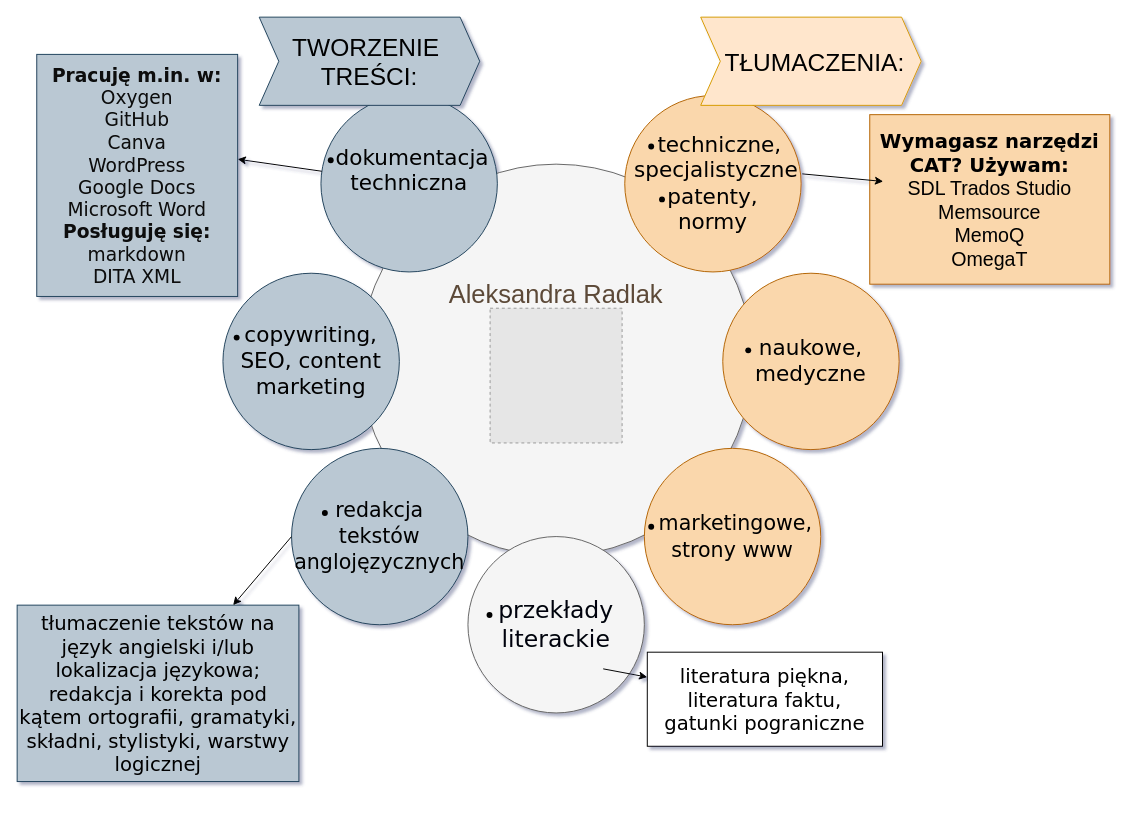
Before: Diagram bez tytułu.drawio in AleksandraRadlak/my_wiki, a draw.io diagram. Source tidied: cells renumbered, new cells numbered last; positions are measured from the earlier drawing's top-left corner, leaving out a move shared by most shapes. Both pictures are drawn from the tidied source at 98%, with x=0, y=0 at pixel (17, 17). Pictures stored in the file or linked from it are replaced by grey dashed boxes.
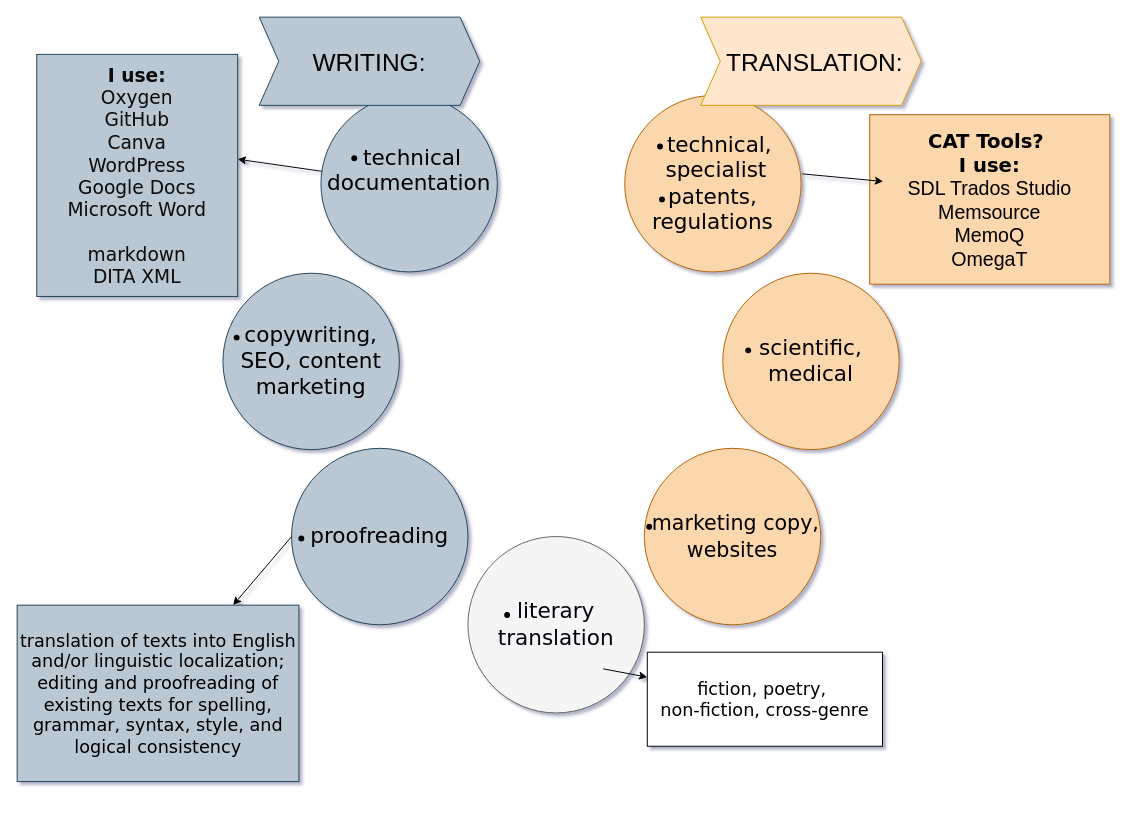
The same page after the edit.

Change to the diagram source:
```diff
@@
-    <mxCell id="2" value="&lt;div&gt;&lt;br&gt;&lt;/div&gt;&lt;div&gt;&lt;br&gt;&lt;/div&gt;&lt;div style=&quot;font-size: 26px;&quot;&gt;&lt;font style=&quot;font-size: 26px;&quot; face=&quot;Helvetica&quot; color=&quot;#5c4937&quot;&gt;Aleksandra Radlak&lt;br&gt;&lt;/font&gt;&lt;/div&gt;&lt;div style=&quot;font-size: 26px;&quot;&gt;&lt;font style=&quot;font-size: 26px;&quot; face=&quot;adrcxpIAWqPZKelnIhmX&quot; color=&quot;#5c4937&quot;&gt;&lt;br&gt;&lt;/font&gt;&lt;/div&gt;&lt;div style=&quot;font-size: 26px;&quot;&gt;&lt;font style=&quot;font-size: 26px;&quot; face=&quot;adrcxpIAWqPZKelnIhmX&quot; color=&quot;#5c4937&quot;&gt;&lt;br&gt;&lt;/font&gt;&lt;/div&gt;&lt;div style=&quot;font-size: 26px;&quot;&gt;&lt;font style=&quot;font-size: 26px;&quot; face=&quot;adrcxpIAWqPZKelnIhmX&quot; color=&quot;#5c4937&quot;&gt;&lt;br&gt;&lt;/font&gt;&lt;/div&gt;&lt;div style=&quot;font-size: 26px;&quot;&gt;&lt;font style=&quot;font-size: 26px;&quot; face=&quot;adrcxpIAWqPZKelnIhmX&quot; color=&quot;#5c4937&quot;&gt;&lt;br&gt;&lt;/font&gt;&lt;/div&gt;&lt;div style=&quot;font-size: 26px;&quot;&gt;&lt;font style=&quot;font-size: 26px;&quot; face=&quot;adrcxpIAWqPZKelnIhmX&quot; color=&quot;#5c4937&quot;&gt;&lt;br&gt;&lt;/font&gt;&lt;/div&gt;&lt;div style=&quot;font-size: 26px;&quot;&gt;&lt;font style=&quot;font-size: 26px;&quot; face=&quot;adrcxpIAWqPZKelnIhmX&quot; color=&quot;#5c4937&quot;&gt;&lt;br&gt;&lt;/font&gt;&lt;/div&gt;" style="ellipse;whiteSpace=wrap;html=1;rounded=0;shadow=0;dashed=0;comic=0;fontFamily=Verdana;fontSize=22;fontColor=#0069D1;fillColor=#f5f5f5;strokeColor=#666666;" parent="1" vertex="1">
-      <mxGeometry x="350" y="150" width="400" height="400" as="geometry" />
-    </mxCell>
-    <mxCell id="3" value="&lt;div style=&quot;font-size: 24px;&quot;&gt;&lt;font style=&quot;font-size: 24px;&quot; color=&quot;#00060d&quot;&gt;przekłady literackie&lt;/font&gt;&lt;/div&gt;" style="ellipse;whiteSpace=wrap;html=1;rounded=0;shadow=0;dashed=0;comic=0;fontFamily=Verdana;fontSize=22;fontColor=#0069D1;fillColor=#f5f5f5;strokeColor=#666666;" parent="1" vertex="1">
+    <mxCell id="3" value="&lt;font color=&quot;#00060d&quot;&gt;literary translation&lt;br&gt;&lt;/font&gt;" style="ellipse;whiteSpace=wrap;html=1;rounded=0;shadow=0;dashed=0;comic=0;fontFamily=Verdana;fontSize=22;fontColor=#0069D1;fillColor=#f5f5f5;strokeColor=#666666;" parent="1" vertex="1">
       <mxGeometry x="460" y="530" width="180" height="180" as="geometry" />
     </mxCell>
-    <mxCell id="4" value="&lt;div&gt;naukowe,&lt;/div&gt;&lt;div&gt;medyczne&lt;br&gt;&lt;/div&gt;" style="ellipse;whiteSpace=wrap;html=1;rounded=0;shadow=0;dashed=0;comic=0;fontFamily=Verdana;fontSize=22;fillColor=#fad7ac;strokeColor=#b46504;" parent="1" vertex="1">
+    <mxCell id="4" value="scientific, medical" style="ellipse;whiteSpace=wrap;html=1;rounded=0;shadow=0;dashed=0;comic=0;fontFamily=Verdana;fontSize=22;fillColor=#fad7ac;strokeColor=#b46504;" parent="1" vertex="1">
       <mxGeometry x="720" y="261.3" width="180" height="180" as="geometry" />
     </mxCell>
@@
-    <mxCell id="6" value="&lt;div style=&quot;&quot;&gt;&lt;font style=&quot;font-size: 22px;&quot;&gt;&amp;nbsp;dokumentacja techniczna&lt;/font&gt;&lt;/div&gt;&lt;div style=&quot;&quot;&gt;&lt;font style=&quot;font-size: 22px;&quot;&gt;&lt;br&gt;&lt;/font&gt;&lt;/div&gt;" style="ellipse;whiteSpace=wrap;html=1;rounded=0;shadow=0;dashed=0;comic=0;fontFamily=Verdana;fontSize=22;fillColor=#bac8d3;strokeColor=#23445d;" parent="1" vertex="1">
+    <mxCell id="6" value="&lt;div style=&quot;&quot;&gt;&lt;font style=&quot;font-size: 22px;&quot;&gt;&amp;nbsp;technical documentation&lt;br&gt;&lt;/font&gt;&lt;/div&gt;&lt;div style=&quot;&quot;&gt;&lt;font style=&quot;font-size: 22px;&quot;&gt;&lt;br&gt;&lt;/font&gt;&lt;/div&gt;" style="ellipse;whiteSpace=wrap;html=1;rounded=0;shadow=0;dashed=0;comic=0;fontFamily=Verdana;fontSize=22;fillColor=#bac8d3;strokeColor=#23445d;" parent="1" vertex="1">
       <mxGeometry x="310" y="80" width="180" height="180" as="geometry" />
     </mxCell>
-    <mxCell id="7" value="&lt;div style=&quot;&quot;&gt;&lt;font style=&quot;font-size: 22px;&quot; face=&quot;Verdana&quot;&gt;&amp;nbsp;&lt;/font&gt;&lt;font style=&quot;font-size: 22px;&quot; face=&quot;3_kRnwSZ05rTefSs1a9Z&quot;&gt;&lt;br&gt;&lt;/font&gt;&lt;/div&gt;&lt;div style=&quot;&quot;&gt;&lt;font style=&quot;font-size: 22px;&quot; face=&quot;3_kRnwSZ05rTefSs1a9Z&quot;&gt;&amp;nbsp; techniczne,&lt;/font&gt;&lt;/div&gt;&lt;div style=&quot;&quot;&gt;&lt;font style=&quot;font-size: 22px;&quot; face=&quot;3_kRnwSZ05rTefSs1a9Z&quot;&gt;&amp;nbsp;specjalistyczne&lt;/font&gt;&lt;/div&gt;&lt;div style=&quot;&quot;&gt;&lt;font style=&quot;font-size: 22px;&quot; face=&quot;3_kRnwSZ05rTefSs1a9Z&quot;&gt;patenty,&lt;/font&gt;&lt;/div&gt;&lt;div style=&quot;&quot;&gt;&lt;font style=&quot;font-size: 22px;&quot; face=&quot;3_kRnwSZ05rTefSs1a9Z&quot;&gt;normy&lt;br&gt;&lt;/font&gt;&lt;/div&gt;&lt;div style=&quot;&quot;&gt;&lt;font style=&quot;font-size: 22px;&quot; face=&quot;3_kRnwSZ05rTefSs1a9Z&quot;&gt;&lt;br&gt;&lt;/font&gt;&lt;/div&gt;" style="ellipse;whiteSpace=wrap;html=1;rounded=0;shadow=0;dashed=0;comic=0;fontFamily=Verdana;fontSize=22;fillColor=#fad7ac;strokeColor=#b46504;" parent="1" vertex="1">
+    <mxCell id="7" value="&lt;div style=&quot;&quot;&gt;&lt;font style=&quot;font-size: 22px;&quot; face=&quot;Verdana&quot;&gt;&amp;nbsp;&lt;/font&gt;&lt;font style=&quot;font-size: 22px;&quot; face=&quot;3_kRnwSZ05rTefSs1a9Z&quot;&gt;&lt;br&gt;&lt;/font&gt;&lt;/div&gt;&lt;div style=&quot;&quot;&gt;&lt;font style=&quot;font-size: 22px;&quot; face=&quot;3_kRnwSZ05rTefSs1a9Z&quot;&gt;&amp;nbsp; technical,&lt;/font&gt;&lt;/div&gt;&lt;div style=&quot;&quot;&gt;&lt;font style=&quot;font-size: 22px;&quot; face=&quot;3_kRnwSZ05rTefSs1a9Z&quot;&gt;&amp;nbsp;specialist&lt;/font&gt;&lt;/div&gt;&lt;div style=&quot;&quot;&gt;&lt;font style=&quot;font-size: 22px;&quot; face=&quot;3_kRnwSZ05rTefSs1a9Z&quot;&gt;patents,&lt;/font&gt;&lt;/div&gt;&lt;div style=&quot;&quot;&gt;&lt;font style=&quot;font-size: 22px;&quot; face=&quot;3_kRnwSZ05rTefSs1a9Z&quot;&gt;regulations&lt;br&gt;&lt;/font&gt;&lt;/div&gt;&lt;div style=&quot;&quot;&gt;&lt;font style=&quot;font-size: 22px;&quot; face=&quot;3_kRnwSZ05rTefSs1a9Z&quot;&gt;&lt;br&gt;&lt;/font&gt;&lt;/div&gt;" style="ellipse;whiteSpace=wrap;html=1;rounded=0;shadow=0;dashed=0;comic=0;fontFamily=Verdana;fontSize=22;fillColor=#fad7ac;strokeColor=#b46504;" parent="1" vertex="1">
       <mxGeometry x="620" y="80" width="180" height="180" as="geometry" />
     </mxCell>
-    <mxCell id="8" value="&lt;div&gt;&lt;font style=&quot;font-size: 21px;&quot;&gt;&amp;nbsp;marketingowe,&lt;/font&gt;&lt;/div&gt;&lt;div&gt;&lt;font style=&quot;font-size: 21px;&quot;&gt;strony www&lt;br&gt;&lt;/font&gt;&lt;/div&gt;" style="ellipse;whiteSpace=wrap;html=1;rounded=0;shadow=0;dashed=0;comic=0;fontFamily=Verdana;fontSize=22;fillColor=#fad7ac;strokeColor=#b46504;" parent="1" vertex="1">
+    <mxCell id="8" value="&lt;div&gt;&lt;font style=&quot;font-size: 21px;&quot;&gt;&amp;nbsp;marketing copy,&lt;/font&gt;&lt;/div&gt;&lt;div&gt;&lt;font style=&quot;font-size: 21px;&quot;&gt;websites&lt;br&gt;&lt;/font&gt;&lt;/div&gt;" style="ellipse;whiteSpace=wrap;html=1;rounded=0;shadow=0;dashed=0;comic=0;fontFamily=Verdana;fontSize=22;fillColor=#fad7ac;strokeColor=#b46504;" parent="1" vertex="1">
       <mxGeometry x="640" y="440" width="180" height="180" as="geometry" />
     </mxCell>
-    <mxCell id="9" value="&lt;font style=&quot;font-size: 21px;&quot;&gt;&lt;font style=&quot;font-size: 21px;&quot;&gt;redakcja tekstów anglojęzycznych&lt;/font&gt;&lt;br&gt;&lt;/font&gt;" style="ellipse;whiteSpace=wrap;html=1;rounded=0;shadow=0;dashed=0;comic=0;fontFamily=Verdana;fontSize=22;fillColor=#bac8d3;strokeColor=#23445d;" parent="1" vertex="1">
+    <mxCell id="9" value="proofreading" style="ellipse;whiteSpace=wrap;html=1;rounded=0;shadow=0;dashed=0;comic=0;fontFamily=Verdana;fontSize=22;fillColor=#bac8d3;strokeColor=#23445d;" parent="1" vertex="1">
       <mxGeometry x="280" y="440" width="180" height="180" as="geometry" />
     </mxCell>
-    <mxCell id="10" value="&lt;font face=&quot;Verdana&quot; style=&quot;font-size: 20px;&quot;&gt;&lt;b&gt;Wymagasz narzędzi CAT? Używam:&lt;br&gt;&lt;/b&gt;&lt;/font&gt;&lt;div style=&quot;font-size: 20px;&quot;&gt;&lt;font face=&quot;91rZdBT9kLizhOjYf7mg&quot; style=&quot;font-size: 20px;&quot;&gt;SDL Trados Studio&lt;/font&gt;&lt;/div&gt;&lt;div style=&quot;font-size: 20px;&quot;&gt;&lt;font face=&quot;91rZdBT9kLizhOjYf7mg&quot; style=&quot;font-size: 20px;&quot;&gt;Memsource&lt;/font&gt;&lt;/div&gt;&lt;div style=&quot;font-size: 20px;&quot;&gt;&lt;font face=&quot;91rZdBT9kLizhOjYf7mg&quot; style=&quot;font-size: 20px;&quot;&gt;MemoQ&lt;/font&gt;&lt;/div&gt;&lt;div style=&quot;font-size: 20px;&quot;&gt;&lt;font face=&quot;91rZdBT9kLizhOjYf7mg&quot; style=&quot;font-size: 20px;&quot;&gt;OmegaT&lt;br&gt;&lt;/font&gt;&lt;/div&gt;" style="rounded=0;whiteSpace=wrap;html=1;fillColor=#fad7ac;strokeColor=#b46504;fontColor=default;" parent="1" vertex="1">
+    <mxCell id="10" value="&lt;div&gt;&lt;font face=&quot;Verdana&quot; style=&quot;font-size: 20px;&quot;&gt;&lt;b&gt;CAT Tools?&amp;nbsp;&lt;/b&gt;&lt;/font&gt;&lt;/div&gt;&lt;div&gt;&lt;font face=&quot;Verdana&quot; style=&quot;font-size: 20px;&quot;&gt;&lt;b&gt;I use:&lt;/b&gt;&lt;/font&gt;&lt;/div&gt;&lt;div style=&quot;font-size: 20px;&quot;&gt;&lt;font face=&quot;91rZdBT9kLizhOjYf7mg&quot; style=&quot;font-size: 20px;&quot;&gt;SDL Trados Studio&lt;/font&gt;&lt;/div&gt;&lt;div style=&quot;font-size: 20px;&quot;&gt;&lt;font face=&quot;91rZdBT9kLizhOjYf7mg&quot; style=&quot;font-size: 20px;&quot;&gt;Memsource&lt;/font&gt;&lt;/div&gt;&lt;div style=&quot;font-size: 20px;&quot;&gt;&lt;font face=&quot;91rZdBT9kLizhOjYf7mg&quot; style=&quot;font-size: 20px;&quot;&gt;MemoQ&lt;/font&gt;&lt;/div&gt;&lt;div style=&quot;font-size: 20px;&quot;&gt;&lt;font face=&quot;91rZdBT9kLizhOjYf7mg&quot; style=&quot;font-size: 20px;&quot;&gt;OmegaT&lt;br&gt;&lt;/font&gt;&lt;/div&gt;" style="rounded=0;whiteSpace=wrap;html=1;fillColor=#fad7ac;strokeColor=#b46504;fontColor=default;" parent="1" vertex="1">
       <mxGeometry x="870" y="99.5" width="245" height="173" as="geometry" />
     </mxCell>
@@
-    <mxCell id="12" value="&lt;font style=&quot;font-size: 19px;&quot; face=&quot;Verdana&quot;&gt;&lt;b&gt;Pracuję m.in. w:&lt;br&gt;&lt;/b&gt;Oxygen&lt;br&gt;GitHub&lt;br&gt;Canva&lt;br&gt;WordPress&lt;br&gt;Google Docs&lt;br&gt;Microsoft Word&lt;br&gt;&lt;b&gt;Posługuję się:&lt;/b&gt;&lt;br&gt;markdown&lt;br&gt;DITA XML&lt;br&gt;&lt;/font&gt;" style="rounded=0;whiteSpace=wrap;html=1;fillColor=#bac8d3;strokeColor=#23445d;fontColor=#0A0A0A;" parent="1" vertex="1">
+    <mxCell id="12" value="&lt;font style=&quot;font-size: 19px;&quot; face=&quot;Verdana&quot;&gt;&lt;b&gt;I use:&lt;br&gt;&lt;/b&gt;Oxygen&lt;br&gt;GitHub&lt;br&gt;Canva&lt;br&gt;WordPress&lt;br&gt;Google Docs&lt;br&gt;Microsoft Word&lt;br&gt;&lt;br&gt;markdown&lt;br&gt;DITA XML&lt;br&gt;&lt;/font&gt;" style="rounded=0;whiteSpace=wrap;html=1;fillColor=#bac8d3;strokeColor=#23445d;fontColor=#0A0A0A;" parent="1" vertex="1">
       <mxGeometry x="20" y="38" width="205" height="247" as="geometry" />
     </mxCell>
-    <mxCell id="13" style="fillColor=#E6E6E6;strokeColor=#999999;dashed=1;verticalLabelPosition=bottom;labelBackgroundColor=default;verticalAlign=top;" parent="1" vertex="1">
-      <mxGeometry x="482.6" y="297" width="134.7" height="137.5" as="geometry" />
-    </mxCell>
-    <mxCell id="14" value="&lt;div style=&quot;font-size: 25px;&quot;&gt;&lt;font style=&quot;font-size: 25px;&quot;&gt;TWORZENIE&amp;nbsp;&lt;/font&gt;&lt;/div&gt;&lt;div style=&quot;font-size: 25px;&quot;&gt;&lt;font style=&quot;font-size: 25px;&quot;&gt;TREŚCI:&lt;/font&gt;&lt;/div&gt;" style="shape=step;perimeter=stepPerimeter;whiteSpace=wrap;html=1;fixedSize=1;fillColor=#bac8d3;strokeColor=#23445d;" parent="1" vertex="1">
+    <mxCell id="14" value="&lt;div style=&quot;font-size: 25px;&quot;&gt;&lt;font style=&quot;font-size: 25px;&quot;&gt;WRITING:&lt;/font&gt;&lt;/div&gt;" style="shape=step;perimeter=stepPerimeter;whiteSpace=wrap;html=1;fixedSize=1;fillColor=#bac8d3;strokeColor=#23445d;" parent="1" vertex="1">
       <mxGeometry x="247" width="225" height="90" as="geometry" />
     </mxCell>
-    <mxCell id="15" value="&lt;font style=&quot;font-size: 25px;&quot;&gt;&amp;nbsp;TŁUMACZENIA:&lt;/font&gt;" style="shape=step;perimeter=stepPerimeter;whiteSpace=wrap;html=1;fixedSize=1;fillColor=#ffe6cc;strokeColor=#d79b00;" parent="1" vertex="1">
+    <mxCell id="15" value="&lt;font style=&quot;font-size: 25px;&quot;&gt;&amp;nbsp;TRANSLATION:&lt;/font&gt;" style="shape=step;perimeter=stepPerimeter;whiteSpace=wrap;html=1;fixedSize=1;fillColor=#ffe6cc;strokeColor=#d79b00;" parent="1" vertex="1">
       <mxGeometry x="697.5" width="225" height="90" as="geometry" />
     </mxCell>
     <mxCell id="16" style="shape=waypoint;sketch=0;fillStyle=solid;size=6;fillColor=none;perimeter=centerPerimeter;" parent="1" vertex="1">
-      <mxGeometry x="310" y="136" width="20" height="20" as="geometry" />
+      <mxGeometry x="334" y="134" width="20" height="20" as="geometry" />
     </mxCell>
@@
     <mxCell id="18" style="shape=waypoint;sketch=0;fillStyle=solid;size=6;fillColor=none;perimeter=centerPerimeter;" parent="1" vertex="1">
-      <mxGeometry x="304" y="496" width="20" height="20" as="geometry" />
+      <mxGeometry x="280" y="522" width="20" height="20" as="geometry" />
     </mxCell>
@@
     <mxCell id="20" style="shape=waypoint;sketch=0;fillStyle=solid;size=6;fillColor=none;perimeter=centerPerimeter;" parent="1" vertex="1">
-      <mxGeometry x="472" y="600" width="20" height="20" as="geometry" />
+      <mxGeometry x="490" y="600" width="20" height="20" as="geometry" />
     </mxCell>
     <mxCell id="21" style="shape=waypoint;sketch=0;fillStyle=solid;size=6;fillColor=none;perimeter=centerPerimeter;" parent="1" vertex="1">
-      <mxGeometry x="637" y="122" width="20" height="20" as="geometry" />
+      <mxGeometry x="646" y="122" width="20" height="20" as="geometry" />
     </mxCell>
@@
     <mxCell id="24" style="shape=waypoint;sketch=0;fillStyle=solid;size=6;fillColor=none;perimeter=centerPerimeter;" parent="1" vertex="1">
-      <mxGeometry x="637" y="510" width="20" height="20" as="geometry" />
+      <mxGeometry x="635" y="510" width="20" height="20" as="geometry" />
     </mxCell>
@@
-    <mxCell id="26" value="&lt;font style=&quot;font-size: 20px;&quot; face=&quot;Verdana&quot;&gt;literatura piękna, literatura faktu, gatunki pograniczne&lt;br&gt;&lt;/font&gt;" style="rounded=0;whiteSpace=wrap;html=1;" parent="1" vertex="1">
+    <mxCell id="26" value="&lt;div&gt;&lt;font face=&quot;Verdana&quot;&gt;&lt;font style=&quot;font-size: 18px;&quot;&gt;fiction, poetry,&amp;nbsp;&lt;/font&gt;&lt;/font&gt;&lt;/div&gt;&lt;div&gt;&lt;font face=&quot;Verdana&quot;&gt;&lt;font style=&quot;font-size: 18px;&quot;&gt;non-fiction, cross-genre&lt;/font&gt;&lt;/font&gt;&lt;/div&gt;" style="rounded=0;whiteSpace=wrap;html=1;" parent="1" vertex="1">
       <mxGeometry x="643" y="648" width="240" height="96" as="geometry" />
     </mxCell>
-    <mxCell id="27" value="&lt;font style=&quot;font-size: 20px;&quot; face=&quot;Verdana&quot;&gt;&lt;br&gt;tłumaczenie tekstów na język angielski i/lub lokalizacja językowa; redakcja i korekta pod kątem ortografii, gramatyki, składni, stylistyki, warstwy logicznej&lt;br&gt;&lt;br&gt;&lt;/font&gt;" style="rounded=0;whiteSpace=wrap;html=1;fillColor=#bac8d3;strokeColor=#23445d;" parent="1" vertex="1">
+    <mxCell id="27" value="&lt;font style=&quot;font-size: 18px;&quot; face=&quot;Verdana&quot;&gt;translation of texts into English and/or linguistic localization; &lt;br&gt;editing and proofreading of existing texts for spelling, grammar, syntax, style, and &lt;br&gt;logical consistency&lt;/font&gt;" style="rounded=0;whiteSpace=wrap;html=1;fillColor=#bac8d3;strokeColor=#23445d;" parent="1" vertex="1">
       <mxGeometry y="600" width="287.5" height="180" as="geometry" />
     </mxCell>
```
